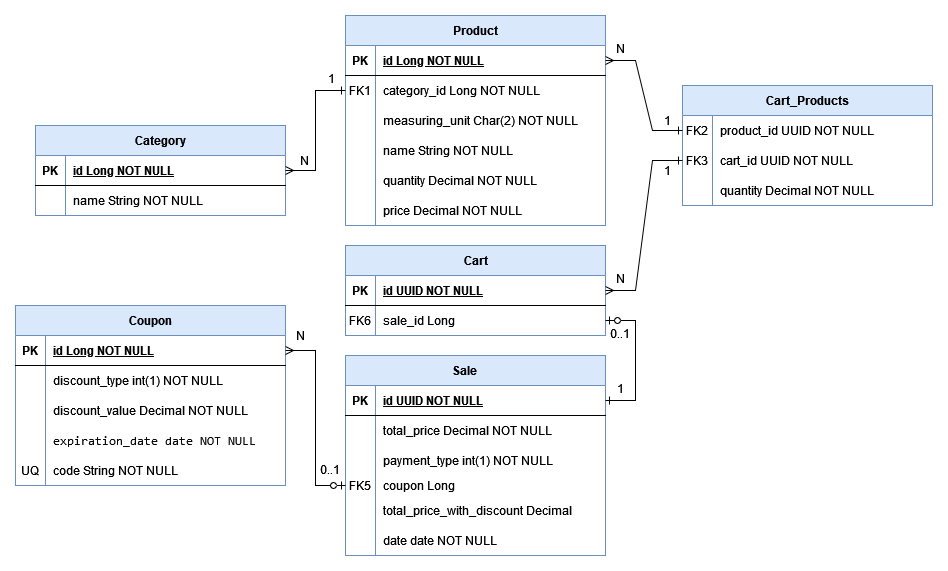
Above: assets/JuMarket.png in DiegoCotta/tqi_Kotlin_backend_developer_2023 (draw.io), before the change. Source tidied: cells renumbered, new cells last; positions are measured from the earlier drawing's top-left corner, leaving out a move shared by most shapes.
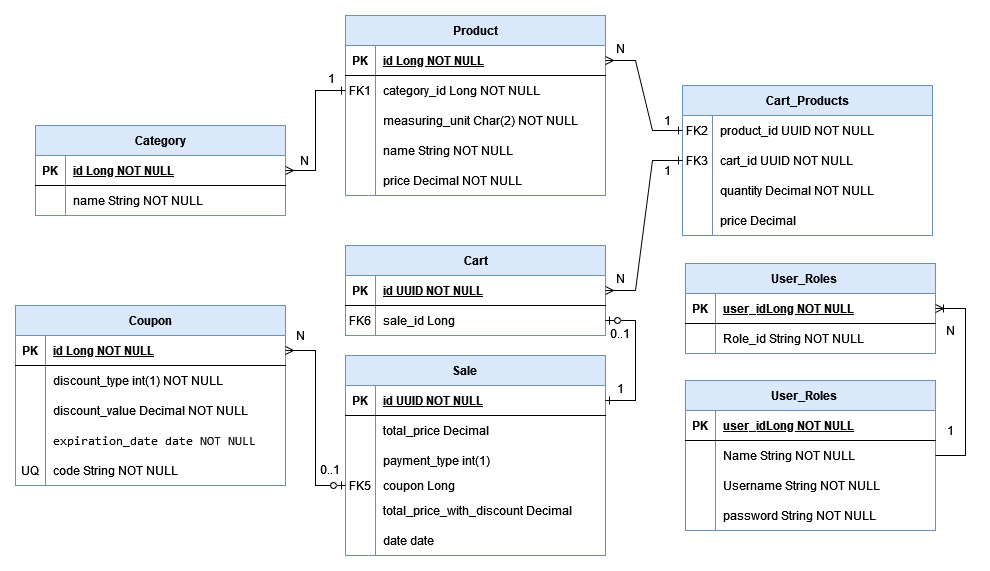
Above is the later version.

The edit, as a diff of the source:
```diff
@@ -3,7 +3,7 @@
     <mxCell id="0" />
     <mxCell id="1" parent="0" />
     <mxCell id="2" value="Product" style="shape=table;startSize=30;rowLines=0;fontStyle=1;align=center;fillColor=#dae8fc;strokeColor=#6c8ebf;" parent="1" vertex="1">
-      <mxGeometry x="330" width="260" height="210" as="geometry" />
+      <mxGeometry x="330" width="260" height="180" as="geometry" />
     </mxCell>
     <mxCell id="3" style="shape=partialRectangle;fillColor=none;points=[[0,0.5],[1,0.5]];portConstraint=eastwest;top=0;left=0;right=0;bottom=1;" parent="2" vertex="1">
       <mxGeometry y="30" width="260" height="30" as="geometry" />
@@ -47,20 +47,11 @@
     <mxCell id="16" style="shape=partialRectangle;overflow=hidden;fillColor=none;top=0;left=0;bottom=0;right=0;" parent="15" vertex="1">
       <mxGeometry width="30" height="30" as="geometry" />
     </mxCell>
-    <mxCell id="17" value="quantity Decimal NOT NULL" style="shape=partialRectangle;overflow=hidden;fillColor=none;top=0;left=0;bottom=0;right=0;align=left;spacingLeft=6;" parent="15" vertex="1">
+    <mxCell id="17" value="price Decimal NOT NULL" style="shape=partialRectangle;overflow=hidden;fillColor=none;top=0;left=0;bottom=0;right=0;align=left;spacingLeft=6;" parent="15" vertex="1">
       <mxGeometry x="30" width="230" height="30" as="geometry" />
     </mxCell>
-    <mxCell id="18" style="shape=partialRectangle;fillColor=none;top=0;left=0;right=0;bottom=0;" parent="2" vertex="1">
-      <mxGeometry y="180" width="260" height="30" as="geometry" />
-    </mxCell>
-    <mxCell id="19" style="shape=partialRectangle;overflow=hidden;fillColor=none;top=0;left=0;bottom=0;right=0;" parent="18" vertex="1">
-      <mxGeometry width="30" height="30" as="geometry" />
-    </mxCell>
-    <mxCell id="20" value="price Decimal NOT NULL" style="shape=partialRectangle;overflow=hidden;fillColor=none;top=0;left=0;bottom=0;right=0;align=left;spacingLeft=6;" parent="18" vertex="1">
-      <mxGeometry x="30" width="230" height="30" as="geometry" />
-    </mxCell>
     <mxCell id="21" value="Cart_Products" style="shape=table;startSize=30;rowLines=0;fontStyle=1;align=center;fillColor=#dae8fc;strokeColor=#6c8ebf;" parent="1" vertex="1">
-      <mxGeometry x="667" y="70" width="250" height="120" as="geometry" />
+      <mxGeometry x="667" y="70" width="250" height="150" as="geometry" />
     </mxCell>
     <mxCell id="22" style="shape=partialRectangle;fillColor=none;points=[[0,0.5],[1,0.5]];portConstraint=eastwest;top=0;left=0;right=0;bottom=0;" parent="21" vertex="1">
       <mxGeometry y="30" width="250" height="30" as="geometry" />
@@ -89,6 +80,15 @@
     <mxCell id="30" value="quantity Decimal NOT NULL" style="shape=partialRectangle;overflow=hidden;fillColor=none;top=0;left=0;bottom=0;right=0;align=left;spacingLeft=6;" parent="28" vertex="1">
       <mxGeometry x="30" width="220" height="30" as="geometry" />
     </mxCell>
+    <mxCell id="95" style="shape=partialRectangle;fillColor=none;top=0;left=0;right=0;bottom=0;" parent="21" vertex="1">
+      <mxGeometry y="120" width="250" height="30" as="geometry" />
+    </mxCell>
+    <mxCell id="96" style="shape=partialRectangle;overflow=hidden;fillColor=none;top=0;left=0;bottom=0;right=0;" parent="95" vertex="1">
+      <mxGeometry width="30" height="30" as="geometry" />
+    </mxCell>
+    <mxCell id="97" value="price Decimal" style="shape=partialRectangle;overflow=hidden;fillColor=none;top=0;left=0;bottom=0;right=0;align=left;spacingLeft=6;" parent="95" vertex="1">
+      <mxGeometry x="30" width="220" height="30" as="geometry" />
+    </mxCell>
     <mxCell id="31" value="Category" style="shape=table;startSize=30;rowLines=0;fontStyle=1;align=center;fillColor=#dae8fc;strokeColor=#6c8ebf;" parent="1" vertex="1">
       <mxGeometry x="20" y="110" width="250" height="90" as="geometry" />
     </mxCell>
@@ -158,7 +158,7 @@
     <mxCell id="53" style="shape=partialRectangle;fillColor=none;top=0;left=0;bottom=0;right=0;overflow=hidden;whiteSpace=wrap;html=1;" parent="52" vertex="1">
       <mxGeometry width="30" height="30" as="geometry" />
     </mxCell>
-    <mxCell id="54" value="total_price Decimal NOT NULL" style="shape=partialRectangle;fillColor=none;top=0;left=0;bottom=0;right=0;align=left;spacingLeft=6;overflow=hidden;whiteSpace=wrap;html=1;" parent="52" vertex="1">
+    <mxCell id="54" value="&lt;div&gt;total_price Decimal&lt;/div&gt;" style="shape=partialRectangle;fillColor=none;top=0;left=0;bottom=0;right=0;align=left;spacingLeft=6;overflow=hidden;whiteSpace=wrap;html=1;" parent="52" vertex="1">
       <mxGeometry x="30" width="230" height="30" as="geometry" />
     </mxCell>
     <mxCell id="55" style="shape=tableRow;horizontal=0;startSize=0;swimlaneHead=0;swimlaneBody=0;fillColor=none;top=0;left=0;right=0;bottom=0;" parent="48" vertex="1">
@@ -167,7 +167,7 @@
     <mxCell id="56" style="shape=partialRectangle;fillColor=none;top=0;left=0;bottom=0;right=0;overflow=hidden;whiteSpace=wrap;html=1;" parent="55" vertex="1">
       <mxGeometry width="30" height="30" as="geometry" />
     </mxCell>
-    <mxCell id="57" value="payment_type int(1) NOT NULL" style="shape=partialRectangle;fillColor=none;top=0;left=0;bottom=0;right=0;align=left;spacingLeft=6;overflow=hidden;whiteSpace=wrap;html=1;" parent="55" vertex="1">
+    <mxCell id="57" value="&lt;div&gt;payment_type int(1) &lt;br&gt;&lt;/div&gt;" style="shape=partialRectangle;fillColor=none;top=0;left=0;bottom=0;right=0;align=left;spacingLeft=6;overflow=hidden;whiteSpace=wrap;html=1;" parent="55" vertex="1">
       <mxGeometry x="30" width="230" height="30" as="geometry" />
     </mxCell>
     <mxCell id="58" style="shape=tableRow;horizontal=0;startSize=0;swimlaneHead=0;swimlaneBody=0;fillColor=none;points=[[0,0.5],[1,0.5]];portConstraint=eastwest;top=0;left=0;right=0;bottom=0;" parent="48" vertex="1">
@@ -194,7 +194,7 @@
     <mxCell id="65" style="shape=partialRectangle;fillColor=none;top=0;left=0;bottom=0;right=0;overflow=hidden;whiteSpace=wrap;html=1;" parent="64" vertex="1">
       <mxGeometry width="30" height="30" as="geometry" />
     </mxCell>
-    <mxCell id="66" value="date date NOT NULL" style="shape=partialRectangle;fillColor=none;top=0;left=0;bottom=0;right=0;align=left;spacingLeft=6;overflow=hidden;whiteSpace=wrap;html=1;" parent="64" vertex="1">
+    <mxCell id="66" value="date date" style="shape=partialRectangle;fillColor=none;top=0;left=0;bottom=0;right=0;align=left;spacingLeft=6;overflow=hidden;whiteSpace=wrap;html=1;" parent="64" vertex="1">
       <mxGeometry x="30" width="230" height="30" as="geometry" />
     </mxCell>
     <mxCell id="67" value="Coupon" style="shape=table;startSize=30;rowLines=0;fontStyle=1;align=center;html=1;fillColor=#dae8fc;strokeColor=#6c8ebf;" parent="1" vertex="1">
@@ -291,5 +291,74 @@
     <mxCell id="94" value="0..1" style="text;html=1;align=center;verticalAlign=middle;strokeColor=none;fillColor=none;" parent="1" vertex="1">
       <mxGeometry x="584" y="303" width="40" height="30" as="geometry" />
     </mxCell>
+    <mxCell id="98" value="User_Roles    " style="shape=table;startSize=30;rowLines=0;fontStyle=1;align=center;fillColor=#dae8fc;strokeColor=#6c8ebf;" parent="1" vertex="1">
+      <mxGeometry x="670" y="248" width="250" height="90" as="geometry" />
+    </mxCell>
+    <mxCell id="99" style="shape=partialRectangle;fillColor=none;top=0;left=0;right=0;bottom=1;" parent="98" vertex="1">
+      <mxGeometry y="30" width="250" height="30" as="geometry" />
+    </mxCell>
+    <mxCell id="100" value="PK" style="shape=partialRectangle;overflow=hidden;fillColor=none;top=0;left=0;bottom=0;right=0;fontStyle=1;" parent="99" vertex="1">
+      <mxGeometry width="30" height="30" as="geometry" />
+    </mxCell>
+    <mxCell id="101" value="user_idLong NOT NULL " style="shape=partialRectangle;overflow=hidden;fillColor=none;top=0;left=0;bottom=0;right=0;align=left;spacingLeft=6;fontStyle=5;" parent="99" vertex="1">
+      <mxGeometry x="30" width="220" height="30" as="geometry" />
+    </mxCell>
+    <mxCell id="102" style="shape=partialRectangle;fillColor=none;top=0;left=0;right=0;bottom=0;" parent="98" vertex="1">
+      <mxGeometry y="60" width="250" height="30" as="geometry" />
+    </mxCell>
+    <mxCell id="103" style="shape=partialRectangle;overflow=hidden;fillColor=none;top=0;left=0;bottom=0;right=0;" parent="102" vertex="1">
+      <mxGeometry width="30" height="30" as="geometry" />
+    </mxCell>
+    <mxCell id="104" value="Role_id String  NOT NULL" style="shape=partialRectangle;overflow=hidden;fillColor=none;top=0;left=0;bottom=0;right=0;align=left;spacingLeft=6;" parent="102" vertex="1">
+      <mxGeometry x="30" width="220" height="30" as="geometry" />
+    </mxCell>
+    <mxCell id="105" value="User_Roles    " style="shape=table;startSize=30;rowLines=0;fontStyle=1;align=center;fillColor=#dae8fc;strokeColor=#6c8ebf;" parent="1" vertex="1">
+      <mxGeometry x="670" y="365" width="250" height="150" as="geometry" />
+    </mxCell>
+    <mxCell id="106" style="shape=partialRectangle;fillColor=none;top=0;left=0;right=0;bottom=1;" parent="105" vertex="1">
+      <mxGeometry y="30" width="250" height="30" as="geometry" />
+    </mxCell>
+    <mxCell id="107" value="PK" style="shape=partialRectangle;overflow=hidden;fillColor=none;top=0;left=0;bottom=0;right=0;fontStyle=1;" parent="106" vertex="1">
+      <mxGeometry width="30" height="30" as="geometry" />
+    </mxCell>
+    <mxCell id="108" value="user_idLong NOT NULL " style="shape=partialRectangle;overflow=hidden;fillColor=none;top=0;left=0;bottom=0;right=0;align=left;spacingLeft=6;fontStyle=5;" parent="106" vertex="1">
+      <mxGeometry x="30" width="220" height="30" as="geometry" />
+    </mxCell>
+    <mxCell id="109" style="shape=partialRectangle;fillColor=none;top=0;left=0;right=0;bottom=0;" parent="105" vertex="1">
+      <mxGeometry y="60" width="250" height="30" as="geometry" />
+    </mxCell>
+    <mxCell id="110" style="shape=partialRectangle;overflow=hidden;fillColor=none;top=0;left=0;bottom=0;right=0;" parent="109" vertex="1">
+      <mxGeometry width="30" height="30" as="geometry" />
+    </mxCell>
+    <mxCell id="111" value="Name String  NOT NULL" style="shape=partialRectangle;overflow=hidden;fillColor=none;top=0;left=0;bottom=0;right=0;align=left;spacingLeft=6;" parent="109" vertex="1">
+      <mxGeometry x="30" width="220" height="30" as="geometry" />
+    </mxCell>
+    <mxCell id="112" style="shape=partialRectangle;fillColor=none;top=0;left=0;right=0;bottom=0;" parent="105" vertex="1">
+      <mxGeometry y="90" width="250" height="30" as="geometry" />
+    </mxCell>
+    <mxCell id="113" style="shape=partialRectangle;overflow=hidden;fillColor=none;top=0;left=0;bottom=0;right=0;" parent="112" vertex="1">
+      <mxGeometry width="30" height="30" as="geometry" />
+    </mxCell>
+    <mxCell id="114" value="Username String  NOT NULL" style="shape=partialRectangle;overflow=hidden;fillColor=none;top=0;left=0;bottom=0;right=0;align=left;spacingLeft=6;" parent="112" vertex="1">
+      <mxGeometry x="30" width="220" height="30" as="geometry" />
+    </mxCell>
+    <mxCell id="115" style="shape=partialRectangle;fillColor=none;top=0;left=0;right=0;bottom=0;" parent="105" vertex="1">
+      <mxGeometry y="120" width="250" height="30" as="geometry" />
+    </mxCell>
+    <mxCell id="116" style="shape=partialRectangle;overflow=hidden;fillColor=none;top=0;left=0;bottom=0;right=0;" parent="115" vertex="1">
+      <mxGeometry width="30" height="30" as="geometry" />
+    </mxCell>
+    <mxCell id="117" value="password String  NOT NULL" style="shape=partialRectangle;overflow=hidden;fillColor=none;top=0;left=0;bottom=0;right=0;align=left;spacingLeft=6;" parent="115" vertex="1">
+      <mxGeometry x="30" width="220" height="30" as="geometry" />
+    </mxCell>
+    <mxCell id="118" style="edgeStyle=entityRelationEdgeStyle;fontSize=12;html=1;endArrow=ERoneToMany;rounded=0;" parent="1" edge="1" source="105" target="98">
+      <mxGeometry relative="1" as="geometry" />
+    </mxCell>
+    <mxCell id="119" value="&lt;div&gt;N&lt;/div&gt;" style="text;html=1;align=center;verticalAlign=middle;strokeColor=none;fillColor=none;" parent="1" vertex="1">
+      <mxGeometry x="920" y="300" width="30" height="30" as="geometry" />
+    </mxCell>
+    <mxCell id="120" value="&lt;div&gt;1&lt;/div&gt;" style="text;html=1;align=center;verticalAlign=middle;strokeColor=none;fillColor=none;" parent="1" vertex="1">
+      <mxGeometry x="920" y="400" width="30" height="30" as="geometry" />
+    </mxCell>
   </root>
 </mxGraphModel>
```
